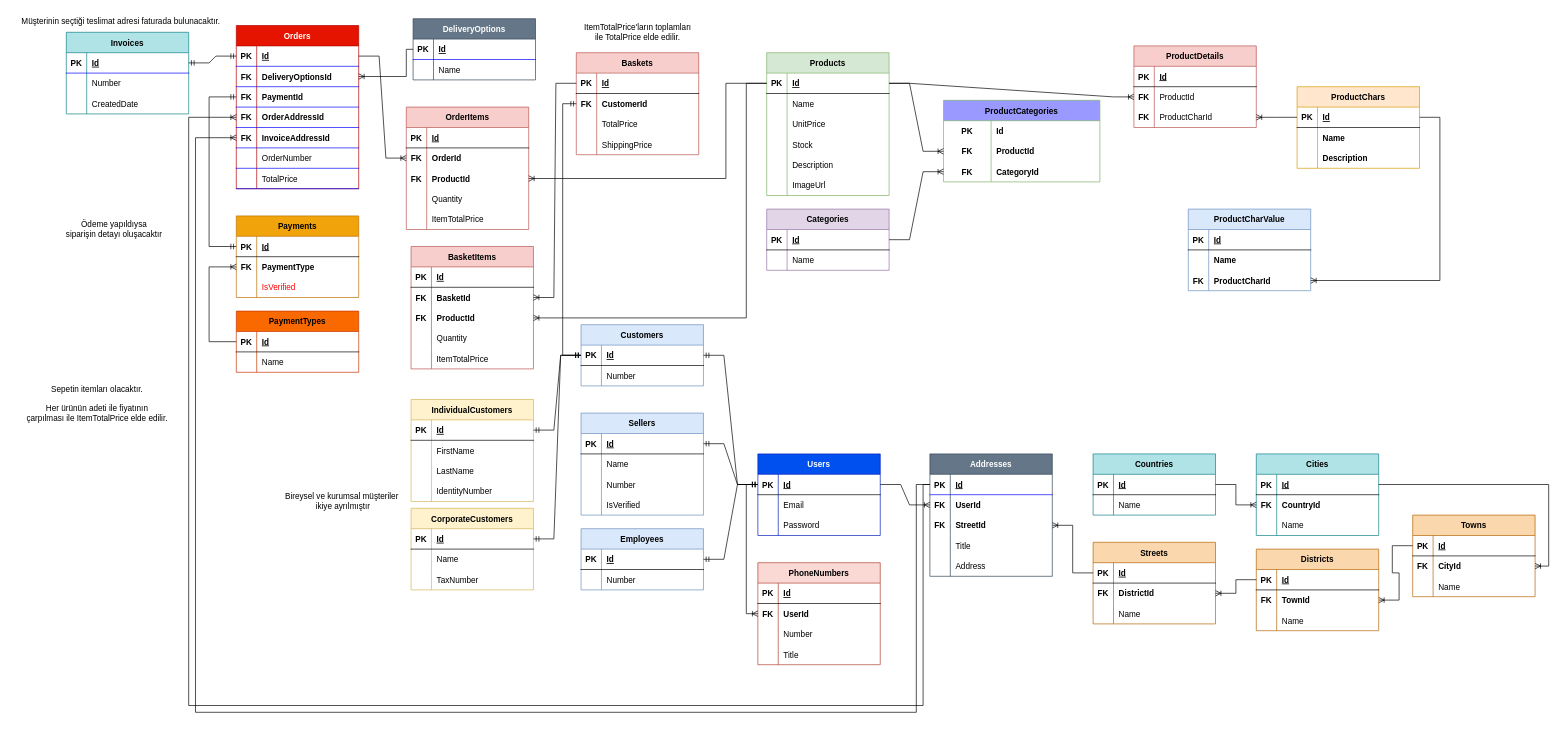
The draw.io diagram workshops/e-commerce-db-erd-workshop/E-Commerce-ER-Pair-7.drawio in Furkan394/etiya_akademi, before the edit. Source tidied: cells renumbered, new cells numbered last; positions are measured from the earlier drawing's top-left corner, leaving out a move shared by most shapes. Both pictures are drawn from the tidied source at 68%, with x=0, y=0 at pixel (12, 12).
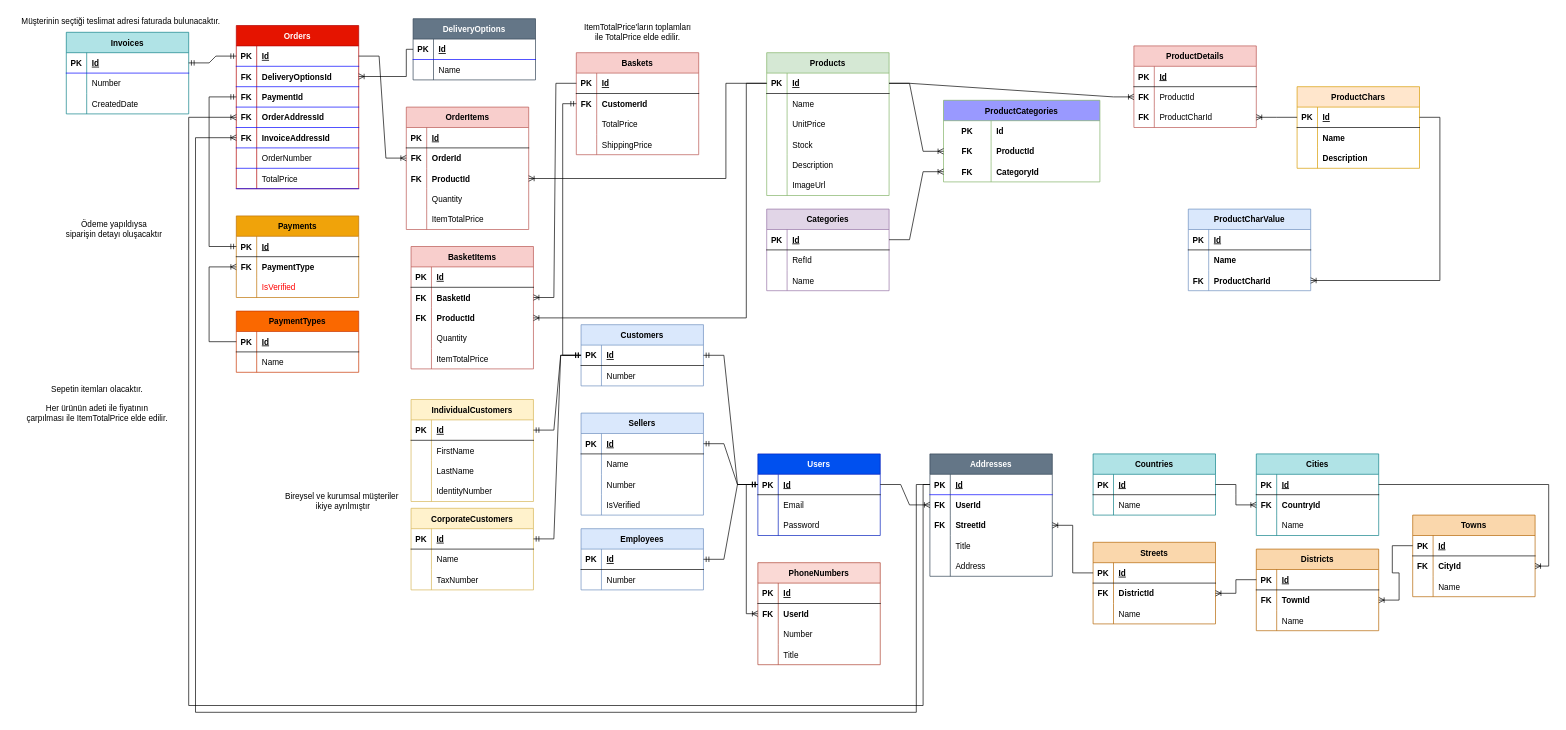
The same page after the edit.

Commit message (it also covers changes not shown here):
refactored / e-commerce-db ER Diagram

Unchanged cells that the change refers to:
```xml
<mxCell id="35" style="shape=tableRow;horizontal=0;startSize=0;swimlaneHead=0;swimlaneBody=0;fillColor=none;top=0;left=0;right=0;bottom=0;" parent="31" vertex="1">
  <mxGeometry y="60" width="180" height="30" as="geometry" />
</mxCell>
```

What changed in the source:
```diff
@@
     <mxCell id="31" value="Categories" style="shape=table;startSize=30;childLayout=tableLayout;rowLines=0;fontStyle=1;align=center;fillColor=#e1d5e7;strokeColor=#9673a6;" parent="1" vertex="1">
-      <mxGeometry x="1110" y="290" width="180" height="90" as="geometry" />
+      <mxGeometry x="1110" y="290" width="180" height="120" as="geometry" />
     </mxCell>
@@
-    <mxCell id="37" value="Name" style="shape=partialRectangle;fillColor=none;top=0;left=0;bottom=0;right=0;align=left;spacingLeft=6;overflow=hidden;" parent="35" vertex="1">
+    <mxCell id="37" value="RefId" style="shape=partialRectangle;fillColor=none;top=0;left=0;bottom=0;right=0;align=left;spacingLeft=6;overflow=hidden;" parent="35" vertex="1">
       <mxGeometry x="30" width="150" height="30" as="geometry" />
     </mxCell>
+    <mxCell id="339" style="shape=tableRow;horizontal=0;startSize=0;swimlaneHead=0;swimlaneBody=0;fillColor=none;top=0;left=0;right=0;bottom=0;" parent="31" vertex="1">
+      <mxGeometry y="90" width="180" height="30" as="geometry" />
+    </mxCell>
+    <mxCell id="340" style="shape=partialRectangle;fillColor=none;top=0;left=0;bottom=0;right=0;overflow=hidden;" parent="339" vertex="1">
+      <mxGeometry width="30" height="30" as="geometry" />
+    </mxCell>
+    <mxCell id="341" value="Name" style="shape=partialRectangle;fillColor=none;top=0;left=0;bottom=0;right=0;align=left;spacingLeft=6;overflow=hidden;" parent="339" vertex="1">
+      <mxGeometry x="30" width="150" height="30" as="geometry" />
+    </mxCell>
```
